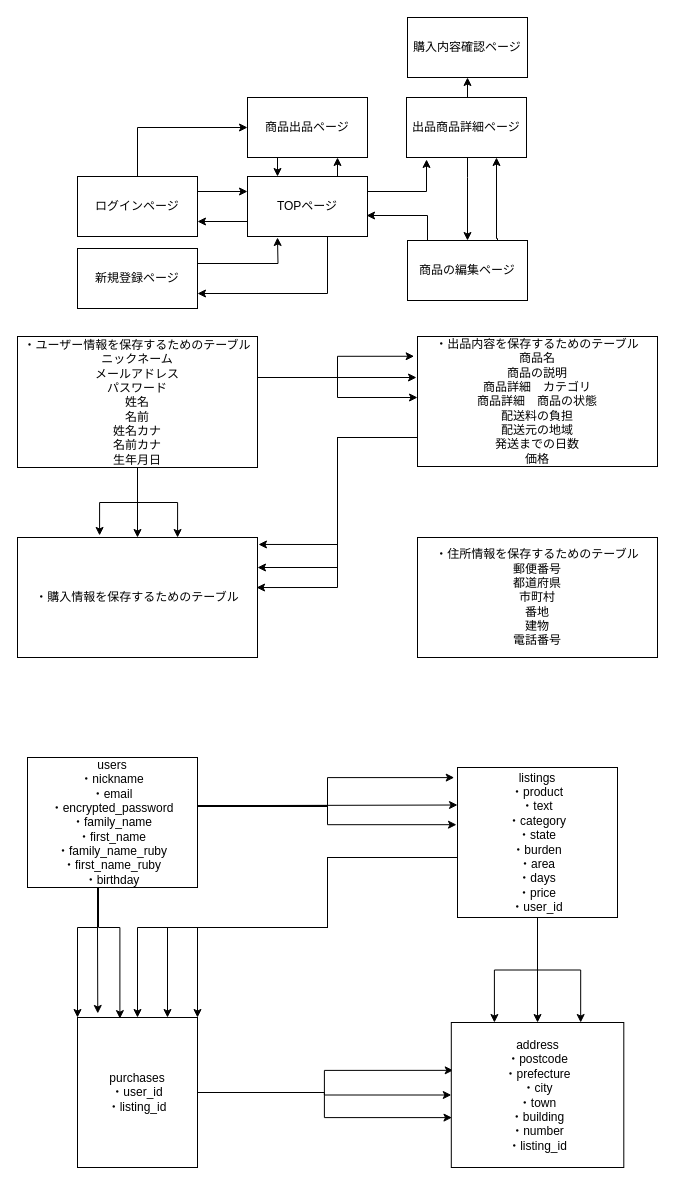
mizuki1305/furima-29614 keeps this draw.io diagram as furima.dio. Above is the earlier version. Source tidied: cells renumbered, new cells numbered last; positions are measured from the earlier drawing's top-left corner, leaving out a move shared by most shapes. Both pictures are drawn from the tidied source at 100%, with x=0, y=0 at pixel (17, 17).
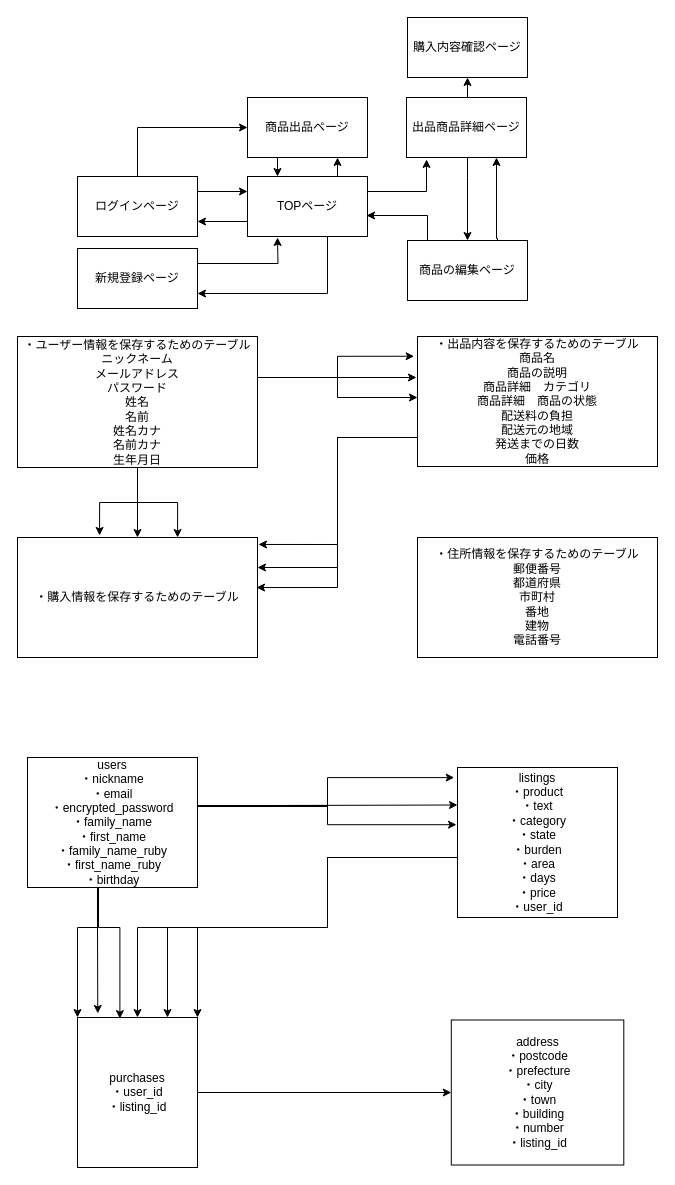
Above is the later version.

Commit message (it also covers changes not shown here):
テーブル設計（修正3）

The change refers to these unchanged cells:
```xml
<mxCell id="46" value="listings&lt;br&gt;・product&lt;br&gt;・text&lt;br&gt;・category&lt;br&gt;・state&lt;br&gt;・burden&lt;br&gt;・area&lt;br&gt;・days&lt;br&gt;・price&lt;br&gt;・user_id" style="whiteSpace=wrap;html=1;" parent="1" vertex="1">
  <mxGeometry x="440" y="750" width="160" height="150" as="geometry" />
</mxCell>
<mxCell id="50" value="purchases&lt;br&gt;・user_id&lt;br&gt;・listing_id" style="whiteSpace=wrap;html=1;" parent="1" vertex="1">
  <mxGeometry x="60" y="1000" width="120" height="150" as="geometry" />
</mxCell>
```

Change to the diagram source:
```diff
@@
-    <mxCell id="43" style="edgeStyle=orthogonalEdgeStyle;rounded=0;jettySize=auto;html=1;entryX=0.5;entryY=0;entryDx=0;entryDy=0;" parent="1" edge="1" source="46" target="51">
-      <mxGeometry relative="1" as="geometry" />
-    </mxCell>
-    <mxCell id="44" style="edgeStyle=orthogonalEdgeStyle;rounded=0;jettySize=auto;html=1;entryX=0.75;entryY=0;entryDx=0;entryDy=0;" parent="1" edge="1" source="46" target="51">
-      <mxGeometry relative="1" as="geometry" />
-    </mxCell>
-    <mxCell id="45" style="edgeStyle=orthogonalEdgeStyle;rounded=0;jettySize=auto;html=1;entryX=0.25;entryY=0;entryDx=0;entryDy=0;" parent="1" edge="1" source="46" target="51">
-      <mxGeometry relative="1" as="geometry" />
-    </mxCell>
@@
-    <mxCell id="47" style="edgeStyle=orthogonalEdgeStyle;rounded=0;jettySize=auto;html=1;exitX=1;exitY=0.5;exitDx=0;exitDy=0;entryX=0;entryY=0.5;entryDx=0;entryDy=0;" parent="1" edge="1" source="50" target="51">
-      <mxGeometry relative="1" as="geometry" />
-    </mxCell>
-    <mxCell id="48" style="edgeStyle=orthogonalEdgeStyle;rounded=0;jettySize=auto;html=1;entryX=0.011;entryY=0.33;entryDx=0;entryDy=0;entryPerimeter=0;" parent="1" edge="1" source="50" target="51">
-      <mxGeometry relative="1" as="geometry" />
-    </mxCell>
-    <mxCell id="49" style="edgeStyle=orthogonalEdgeStyle;rounded=0;jettySize=auto;html=1;entryX=0.004;entryY=0.656;entryDx=0;entryDy=0;entryPerimeter=0;" parent="1" edge="1" source="50" target="51">
-      <mxGeometry relative="1" as="geometry" />
-    </mxCell>
+    <mxCell id="53" style="edgeStyle=orthogonalEdgeStyle;rounded=0;jettySize=auto;html=1;entryX=0;entryY=0.5;entryDx=0;entryDy=0;" parent="1" edge="1" source="50" target="51">
+      <mxGeometry relative="1" as="geometry" />
+    </mxCell>
@@
     <mxCell id="51" value="address&lt;br&gt;・postcode&lt;br&gt;・prefecture&lt;br&gt;・city&lt;br&gt;・town&lt;br&gt;・building&lt;br&gt;・number&lt;br&gt;・listing_id" style="whiteSpace=wrap;html=1;" parent="1" vertex="1">
-      <mxGeometry x="433.8" y="1005" width="172.5" height="145" as="geometry" />
+      <mxGeometry x="433.8" y="1002.5" width="172.5" height="145" as="geometry" />
     </mxCell>
```
